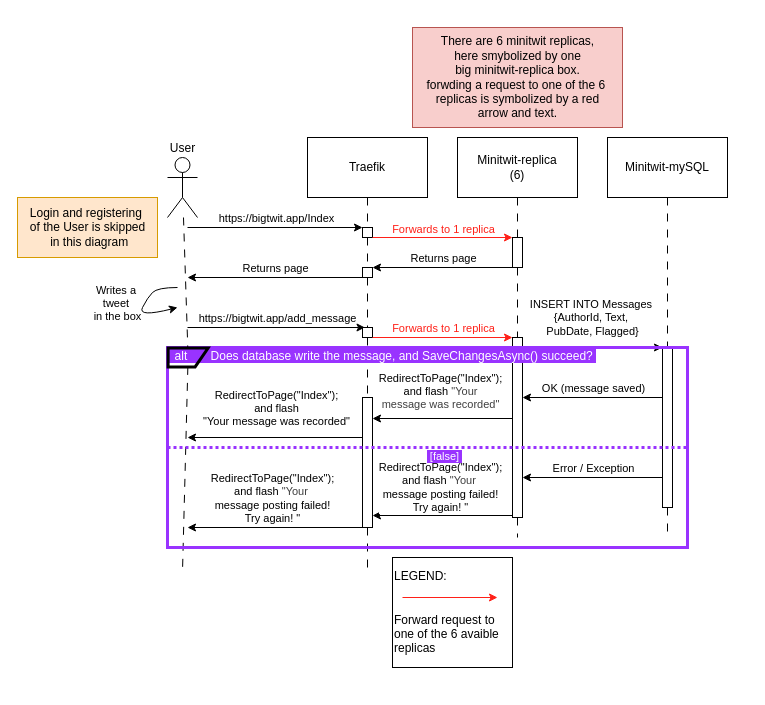
ITU-DevOps2026/ITU-minitwit keeps this draw.io diagram as report/diagrams/interactions_user.drawio. Above is the earlier version. Source tidied: cells renumbered, new cells numbered last; positions are measured from the earlier drawing's top-left corner, leaving out a move shared by most shapes. Both pictures are drawn from the tidied source at 100%, with x=0, y=0 at pixel (17, 27).
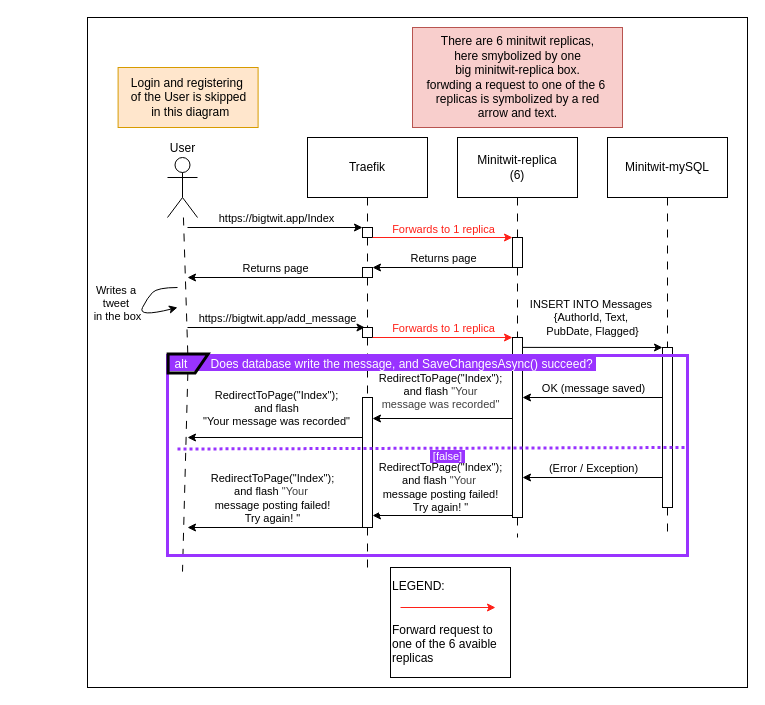
The same page after the edit.

The change refers to these unchanged cells:
```xml
<mxCell id="41" style="endArrow=classic;html=1;entryX=0.97;entryY=0.544;entryDx=0;entryDy=0;exitX=0;exitY=0.5;exitDx=0;exitDy=0;entryPerimeter=0;" parent="1" edge="1">
  <mxGeometry relative="1" as="geometry">
    <mxPoint x="645" y="450" as="sourcePoint" />
    <mxPoint x="505" y="450" as="targetPoint" />
  </mxGeometry>
</mxCell>
```

Diff of the diagram source:
```diff
@@
+    <mxCell id="61" style="rounded=0;whiteSpace=wrap;html=1;" parent="1" vertex="1">
+      <mxGeometry x="70" y="-10" width="660" height="670" as="geometry" />
+    </mxCell>
@@
     <mxCell id="17" value="Login and registering&amp;nbsp;&lt;div&gt;of the User is skipped&lt;/div&gt;&lt;div&gt;&amp;nbsp;in this diagram&lt;/div&gt;" style="text;html=1;align=center;verticalAlign=middle;strokeColor=#d79b00;fillColor=#ffe6cc;" parent="1" vertex="1">
-      <mxGeometry y="170" width="140" height="60" as="geometry" />
+      <mxGeometry x="100.6" y="40" width="140" height="60" as="geometry" />
     </mxCell>
@@
     <mxCell id="35" value="LEGEND:&lt;div&gt;&lt;font color=&quot;#000000&quot;&gt;&lt;br&gt;&lt;/font&gt;&lt;/div&gt;&lt;div&gt;&lt;font color=&quot;#000000&quot;&gt;&lt;br&gt;&lt;/font&gt;&lt;div&gt;Forward request to one of the 6 avaible replicas&lt;/div&gt;&lt;/div&gt;" style="rounded=0;whiteSpace=wrap;html=1;align=left;" parent="1" vertex="1">
-      <mxGeometry x="375" y="530" width="120" height="110" as="geometry" />
+      <mxGeometry x="373" y="540" width="120" height="110" as="geometry" />
     </mxCell>
     <mxCell id="36" style="endArrow=classic;html=1;exitX=1;exitY=1;exitDx=0;exitDy=0;strokeColor=#FF2018;" parent="1" edge="1">
       <mxGeometry relative="1" as="geometry">
-        <mxPoint x="385" y="570" as="sourcePoint" />
-        <mxPoint x="480" y="570" as="targetPoint" />
+        <mxPoint x="383" y="580" as="sourcePoint" />
+        <mxPoint x="478" y="580" as="targetPoint" />
       </mxGeometry>
     </mxCell>
@@
-    <mxCell id="42" value="&lt;span style=&quot;color: rgb(0, 0, 0);&quot;&gt;Error / Exception&lt;/span&gt;" style="edgeLabel;html=1;align=center;verticalAlign=middle;" parent="41" vertex="1">
+    <mxCell id="42" value="&lt;span style=&quot;color: rgb(0, 0, 0);&quot;&gt;(Error / Exception)&lt;/span&gt;" style="edgeLabel;html=1;align=center;verticalAlign=middle;" parent="41" vertex="1">
       <mxGeometry relative="1" as="geometry">
         <mxPoint y="-10" as="offset" />
       </mxGeometry>
     </mxCell>
@@
     <mxCell id="56" value="&lt;span style=&quot;&quot;&gt;&lt;font style=&quot;color: rgb(255, 255, 255);&quot;&gt;&amp;nbsp; alt&amp;nbsp; &amp;nbsp; &amp;nbsp; &amp;nbsp;Does database write the message, and&amp;nbsp;SaveChangesAsync() succeed?&amp;nbsp;&lt;/font&gt;&lt;/span&gt;" style="rounded=0;whiteSpace=wrap;html=1;fillColor=none;strokeColor=#9933FF;labelBackgroundColor=light-dark(#9933FF,#A95100);labelBorderColor=none;spacingTop=0;spacing=-16;spacingLeft=-90;labelPosition=center;verticalLabelPosition=top;align=center;verticalAlign=bottom;spacingRight=0;strokeWidth=3;" parent="1" vertex="1">
-      <mxGeometry x="150" y="320" width="520" height="200" as="geometry" />
+      <mxGeometry x="150" y="328" width="520" height="200" as="geometry" />
     </mxCell>
@@
     <mxCell id="58" style="shape=manualInput;whiteSpace=wrap;html=1;verticalAlign=middle;flipH=1;rotation=90;size=13;strokeWidth=3;fillColor=none;strokeColor=#000000;" parent="1" vertex="1">
-      <mxGeometry x="161.2" y="310" width="18.8" height="40" as="geometry" />
+      <mxGeometry x="161.2" y="316" width="18.8" height="40" as="geometry" />
     </mxCell>
-    <mxCell id="59" style="endArrow=none;dashed=1;html=1;exitX=0;exitY=0.5;exitDx=0;exitDy=0;dashPattern=1 1;strokeWidth=3;strokeColor=#9933FF;" parent="1" edge="1" source="56">
+    <mxCell id="59" style="endArrow=none;dashed=1;html=1;dashPattern=1 1;strokeWidth=3;strokeColor=#9933FF;" parent="1" edge="1">
       <mxGeometry relative="1" as="geometry">
+        <mxPoint x="160" y="421.5" as="sourcePoint" />
         <mxPoint x="670" y="420" as="targetPoint" />
       </mxGeometry>
     </mxCell>
```
